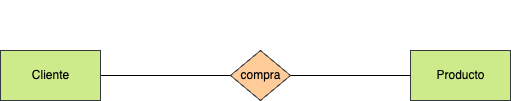
Earlier version of the draw.io export Tareas/Unidad_2/tarea1/Ejercicio3.drawio.png (antonioinigo/base-datos). Source tidied: cells renumbered, new cells last; positions are measured from the earlier drawing's top-left corner, leaving out a move shared by most shapes. Its diagram source:
```xml
<mxGraphModel>
  <root>
    <mxCell id="0" />
    <mxCell id="1" parent="0" />
    <mxCell id="2" style="html=1;entryX=0;entryY=0.5;entryDx=0;entryDy=0;fontColor=#000000;endArrow=none;endFill=0;" parent="1" edge="1" source="3" target="6">
      <mxGeometry relative="1" as="geometry" />
    </mxCell>
    <mxCell id="3" value="&lt;font color=&quot;#000000&quot;&gt;Cliente&lt;/font&gt;" style="html=1;dashed=0;whitespace=wrap;fillColor=#cdeb8b;strokeColor=#36393d;" parent="1" vertex="1">
      <mxGeometry y="50" width="100" height="50" as="geometry" />
    </mxCell>
    <mxCell id="4" value="&lt;font color=&quot;#000000&quot;&gt;Producto&lt;/font&gt;" style="html=1;dashed=0;whitespace=wrap;fillColor=#cdeb8b;strokeColor=#36393d;" parent="1" vertex="1">
      <mxGeometry x="410" y="50" width="100" height="50" as="geometry" />
    </mxCell>
    <mxCell id="5" style="edgeStyle=none;html=1;fontColor=#000000;endArrow=none;endFill=0;" parent="1" edge="1" source="6" target="4">
      <mxGeometry relative="1" as="geometry" />
    </mxCell>
    <mxCell id="6" value="&lt;font color=&quot;#000000&quot;&gt;compra&lt;/font&gt;" style="shape=rhombus;html=1;dashed=0;whitespace=wrap;perimeter=rhombusPerimeter;fillColor=#ffcc99;strokeColor=#36393d;" parent="1" vertex="1">
      <mxGeometry x="230" y="50" width="60" height="50" as="geometry" />
    </mxCell>
    <mxCell id="7" value="&lt;font color=&quot;#ffffff&quot;&gt;0:N&lt;br&gt;&lt;/font&gt;" style="text;html=1;align=center;verticalAlign=middle;strokeColor=none;fillColor=none;fontColor=#000000;" parent="1" vertex="1">
      <mxGeometry x="105" y="30" width="40" height="30" as="geometry" />
    </mxCell>
    <mxCell id="8" value="&lt;font color=&quot;#ffffff&quot;&gt;1:N&lt;/font&gt;" style="text;html=1;align=center;verticalAlign=middle;strokeColor=none;fillColor=none;fontColor=#000000;" parent="1" vertex="1">
      <mxGeometry x="360" y="30" width="40" height="30" as="geometry" />
    </mxCell>
    <mxCell id="9" value="N:M&lt;br&gt;" style="text;html=1;align=center;verticalAlign=middle;strokeColor=none;fillColor=none;fontColor=#FFFFFF;" parent="1" vertex="1">
      <mxGeometry x="235" width="50" height="30" as="geometry" />
    </mxCell>
  </root>
</mxGraphModel>
```
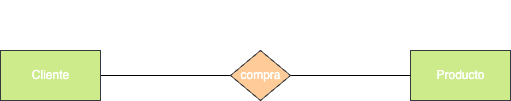
After the change.

The edit, as a diff of the source:
```diff
@@ -2,25 +2,25 @@
   <root>
     <mxCell id="0" />
     <mxCell id="1" parent="0" />
-    <mxCell id="2" style="html=1;entryX=0;entryY=0.5;entryDx=0;entryDy=0;fontColor=#000000;endArrow=none;endFill=0;" parent="1" edge="1" source="3" target="6">
+    <mxCell id="2" style="html=1;entryX=0;entryY=0.5;entryDx=0;entryDy=0;fontColor=#FFFFFF;endArrow=none;endFill=0;" parent="1" edge="1" source="3" target="6">
       <mxGeometry relative="1" as="geometry" />
     </mxCell>
-    <mxCell id="3" value="&lt;font color=&quot;#000000&quot;&gt;Cliente&lt;/font&gt;" style="html=1;dashed=0;whitespace=wrap;fillColor=#cdeb8b;strokeColor=#36393d;" parent="1" vertex="1">
+    <mxCell id="3" value="&lt;font&gt;Cliente&lt;/font&gt;" style="html=1;dashed=0;whitespace=wrap;fillColor=#cdeb8b;strokeColor=#36393d;fontColor=#FFFFFF;" parent="1" vertex="1">
       <mxGeometry y="50" width="100" height="50" as="geometry" />
     </mxCell>
-    <mxCell id="4" value="&lt;font color=&quot;#000000&quot;&gt;Producto&lt;/font&gt;" style="html=1;dashed=0;whitespace=wrap;fillColor=#cdeb8b;strokeColor=#36393d;" parent="1" vertex="1">
+    <mxCell id="4" value="&lt;font&gt;Producto&lt;/font&gt;" style="html=1;dashed=0;whitespace=wrap;fillColor=#cdeb8b;strokeColor=#36393d;fontColor=#FFFFFF;" parent="1" vertex="1">
       <mxGeometry x="410" y="50" width="100" height="50" as="geometry" />
     </mxCell>
-    <mxCell id="5" style="edgeStyle=none;html=1;fontColor=#000000;endArrow=none;endFill=0;" parent="1" edge="1" source="6" target="4">
+    <mxCell id="5" style="edgeStyle=none;html=1;fontColor=#FFFFFF;endArrow=none;endFill=0;" parent="1" edge="1" source="6" target="4">
       <mxGeometry relative="1" as="geometry" />
     </mxCell>
-    <mxCell id="6" value="&lt;font color=&quot;#000000&quot;&gt;compra&lt;/font&gt;" style="shape=rhombus;html=1;dashed=0;whitespace=wrap;perimeter=rhombusPerimeter;fillColor=#ffcc99;strokeColor=#36393d;" parent="1" vertex="1">
+    <mxCell id="6" value="&lt;font&gt;compra&lt;/font&gt;" style="shape=rhombus;html=1;dashed=0;whitespace=wrap;perimeter=rhombusPerimeter;fillColor=#ffcc99;strokeColor=#36393d;fontColor=#FFFFFF;" parent="1" vertex="1">
       <mxGeometry x="230" y="50" width="60" height="50" as="geometry" />
     </mxCell>
-    <mxCell id="7" value="&lt;font color=&quot;#ffffff&quot;&gt;0:N&lt;br&gt;&lt;/font&gt;" style="text;html=1;align=center;verticalAlign=middle;strokeColor=none;fillColor=none;fontColor=#000000;" parent="1" vertex="1">
+    <mxCell id="7" value="&lt;font&gt;0:N&lt;br&gt;&lt;/font&gt;" style="text;html=1;align=center;verticalAlign=middle;strokeColor=none;fillColor=none;fontColor=#FFFFFF;" parent="1" vertex="1">
       <mxGeometry x="105" y="30" width="40" height="30" as="geometry" />
     </mxCell>
-    <mxCell id="8" value="&lt;font color=&quot;#ffffff&quot;&gt;1:N&lt;/font&gt;" style="text;html=1;align=center;verticalAlign=middle;strokeColor=none;fillColor=none;fontColor=#000000;" parent="1" vertex="1">
+    <mxCell id="8" value="&lt;font&gt;1:N&lt;/font&gt;" style="text;html=1;align=center;verticalAlign=middle;strokeColor=none;fillColor=none;fontColor=#FFFFFF;" parent="1" vertex="1">
       <mxGeometry x="360" y="30" width="40" height="30" as="geometry" />
     </mxCell>
     <mxCell id="9" value="N:M&lt;br&gt;" style="text;html=1;align=center;verticalAlign=middle;strokeColor=none;fillColor=none;fontColor=#FFFFFF;" parent="1" vertex="1">
```
